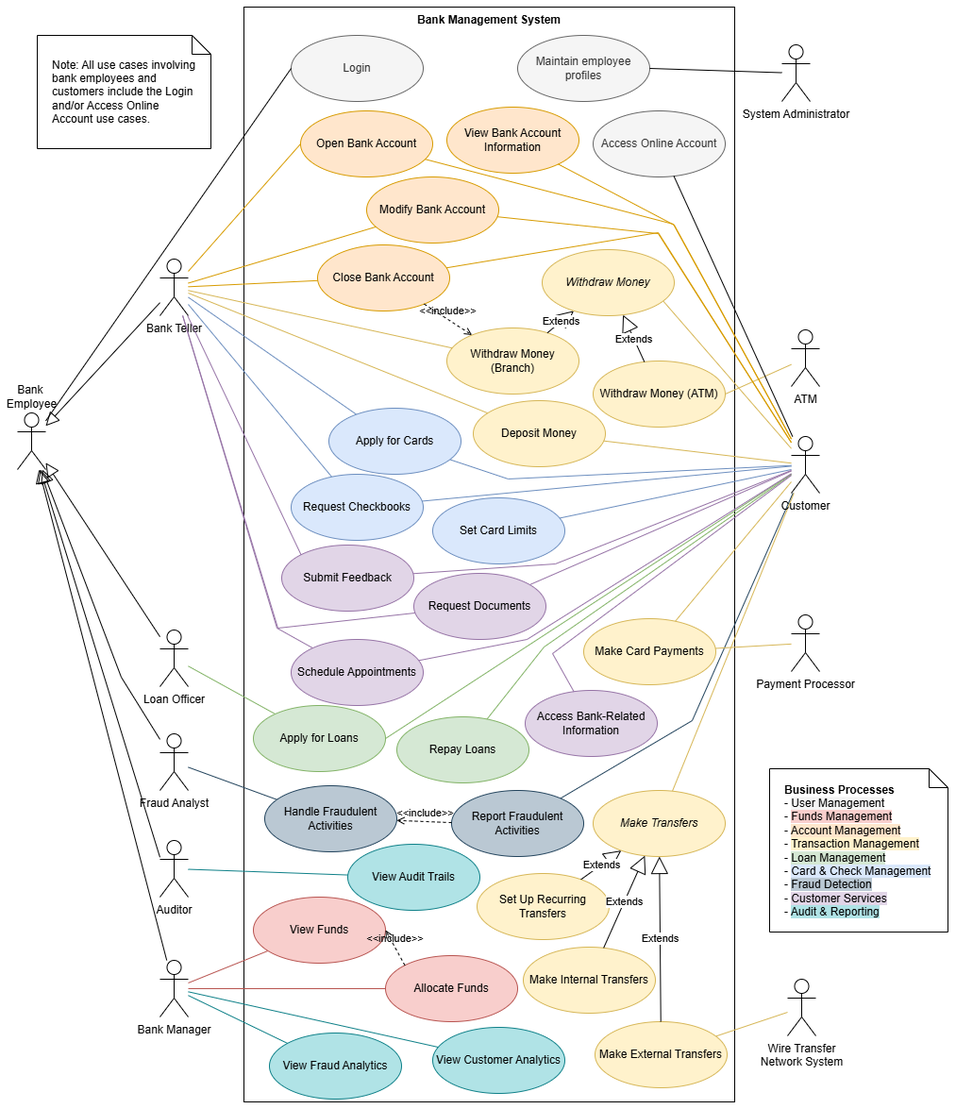
Before: diagrams/use-case-diagram.png, a diagram exported from draw.io (Markl1T/bank-management-system). Source tidied: cells renumbered, new cells last; positions are measured from the earlier drawing's top-left corner, leaving out a move shared by most shapes.
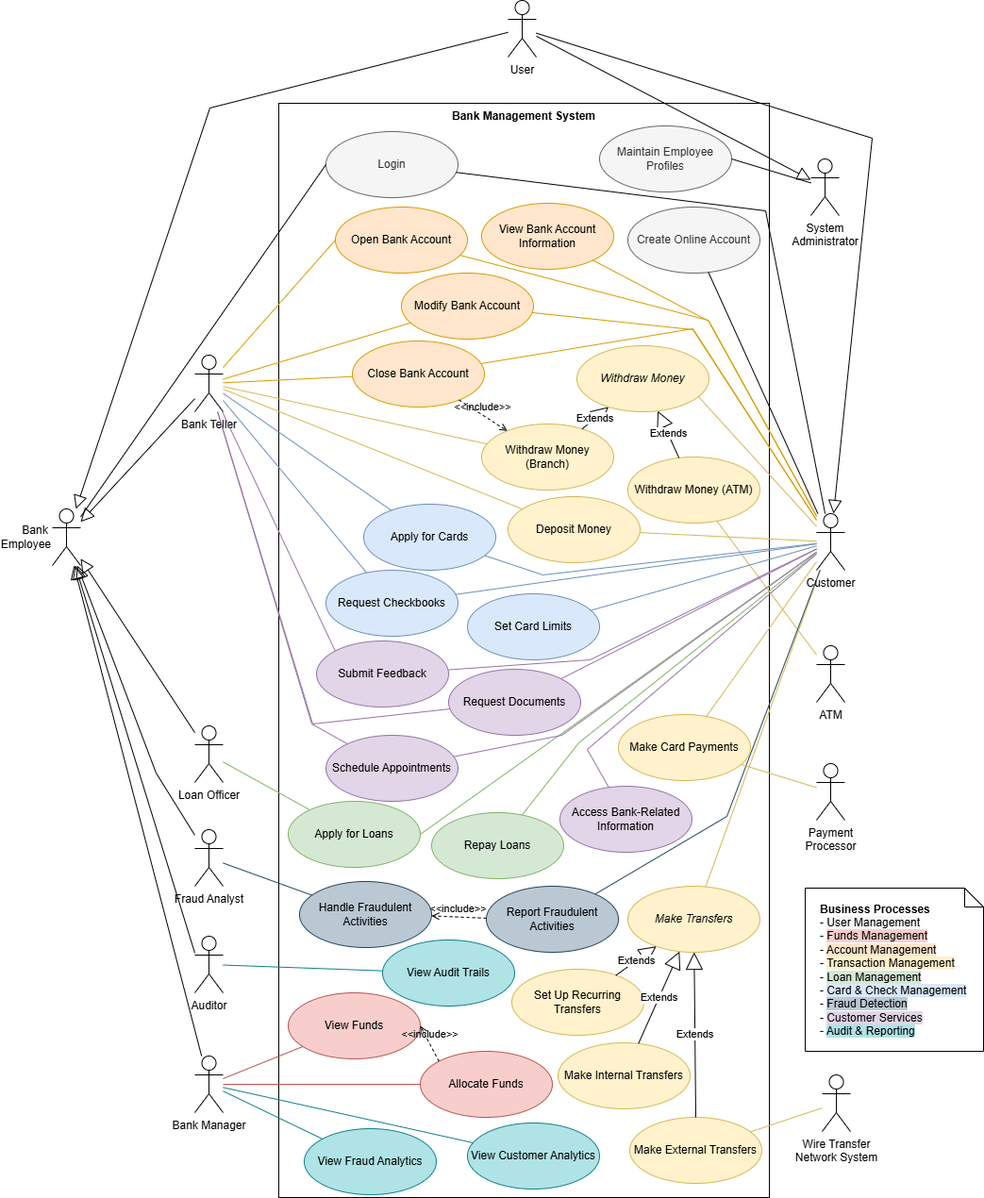
After the change.

Diff of the diagram source:
```diff
@@ -5,7 +5,7 @@
     <mxCell id="2" value="Bank Management System" style="shape=rect;html=1;verticalAlign=top;fontStyle=1;whiteSpace=wrap;align=center;" parent="1" vertex="1">
       <mxGeometry x="240" width="520" height="1160" as="geometry" />
     </mxCell>
-    <mxCell id="3" value="Bank&amp;nbsp;&lt;div&gt;Employee&lt;/div&gt;" style="shape=umlActor;verticalLabelPosition=top;verticalAlign=bottom;html=1;labelPosition=center;align=center;" parent="1" vertex="1">
+    <mxCell id="3" value="Bank&amp;nbsp;&lt;div&gt;Employee&lt;/div&gt;" style="shape=umlActor;verticalLabelPosition=middle;verticalAlign=middle;html=1;labelPosition=left;align=right;" parent="1" vertex="1">
       <mxGeometry y="430" width="30" height="60" as="geometry" />
     </mxCell>
     <mxCell id="4" value="Login" style="ellipse;whiteSpace=wrap;html=1;fillColor=#f5f5f5;fontColor=#333333;strokeColor=#666666;" parent="1" vertex="1">
@@ -14,11 +14,11 @@
     <mxCell id="5" style="endArrow=none;html=1;rounded=0;entryX=0;entryY=0.5;entryDx=0;entryDy=0;" parent="1" edge="1" source="3" target="4">
       <mxGeometry relative="1" as="geometry" />
     </mxCell>
-    <mxCell id="6" value="System Administrator" style="shape=umlActor;verticalLabelPosition=bottom;verticalAlign=top;html=1;" parent="1" vertex="1">
-      <mxGeometry x="810" y="40" width="30" height="60" as="geometry" />
+    <mxCell id="6" value="System&lt;div&gt;Administrator&lt;/div&gt;" style="shape=umlActor;verticalLabelPosition=bottom;verticalAlign=top;html=1;" parent="1" vertex="1">
+      <mxGeometry x="804" y="59" width="30" height="60" as="geometry" />
     </mxCell>
-    <mxCell id="7" value="Maintain employee profiles" style="ellipse;whiteSpace=wrap;html=1;fillColor=#f5f5f5;fontColor=#333333;strokeColor=#666666;" parent="1" vertex="1">
-      <mxGeometry x="530" y="30" width="140" height="70" as="geometry" />
+    <mxCell id="7" value="Maintain Employee Profiles" style="ellipse;whiteSpace=wrap;html=1;fillColor=#f5f5f5;fontColor=#333333;strokeColor=#666666;" parent="1" vertex="1">
+      <mxGeometry x="580" y="24" width="140" height="70" as="geometry" />
     </mxCell>
     <mxCell id="8" style="endArrow=none;html=1;rounded=0;exitX=1;exitY=0.5;exitDx=0;exitDy=0;" parent="1" edge="1" source="7" target="6">
       <mxGeometry relative="1" as="geometry" />
@@ -76,9 +76,9 @@
       <mxGeometry relative="1" as="geometry" />
     </mxCell>
     <mxCell id="25" value="ATM" style="shape=umlActor;verticalLabelPosition=bottom;verticalAlign=top;html=1;" parent="1" vertex="1">
-      <mxGeometry x="820" y="342" width="30" height="60" as="geometry" />
+      <mxGeometry x="810" y="575" width="30" height="60" as="geometry" />
     </mxCell>
-    <mxCell id="26" style="endArrow=none;html=1;rounded=0;entryX=1;entryY=0.5;entryDx=0;entryDy=0;fillColor=#fff2cc;strokeColor=#d6b656;" parent="1" edge="1" source="25" target="62">
+    <mxCell id="26" style="endArrow=none;html=1;rounded=0;fillColor=#fff2cc;strokeColor=#d6b656;" parent="1" edge="1" source="25" target="62">
       <mxGeometry relative="1" as="geometry" />
     </mxCell>
     <mxCell id="27" style="endArrow=none;html=1;rounded=0;fillColor=#fff2cc;strokeColor=#d6b656;" parent="1" edge="1" source="69" target="95">
@@ -110,7 +110,7 @@
         </Array>
       </mxGeometry>
     </mxCell>
-    <mxCell id="34" value="Access Online Account" style="ellipse;whiteSpace=wrap;html=1;fillColor=#f5f5f5;fontColor=#333333;strokeColor=#666666;" parent="1" vertex="1">
+    <mxCell id="34" value="Create Online Account" style="ellipse;whiteSpace=wrap;html=1;fillColor=#f5f5f5;fontColor=#333333;strokeColor=#666666;" parent="1" vertex="1">
       <mxGeometry x="610" y="110" width="140" height="70" as="geometry" />
     </mxCell>
     <mxCell id="35" style="endArrow=none;html=1;rounded=0;" parent="1" edge="1" source="69" target="34">
@@ -172,10 +172,8 @@
     <mxCell id="51" style="endArrow=none;html=1;rounded=0;fillColor=#dae8fc;strokeColor=#6c8ebf;" parent="1" edge="1" source="49" target="14">
       <mxGeometry relative="1" as="geometry" />
     </mxCell>
-    <mxCell id="52" style="endArrow=none;html=1;rounded=0;fillColor=#dae8fc;strokeColor=#6c8ebf;" parent="1" edge="1" target="72">
-      <mxGeometry relative="1" as="geometry">
-        <mxPoint x="820" y="490" as="sourcePoint" />
-      </mxGeometry>
+    <mxCell id="52" style="endArrow=none;html=1;rounded=0;fillColor=#dae8fc;strokeColor=#6c8ebf;" parent="1" edge="1" source="69" target="72">
+      <mxGeometry relative="1" as="geometry" />
     </mxCell>
     <mxCell id="53" value="Make External Transfers" style="ellipse;whiteSpace=wrap;html=1;fillColor=#fff2cc;strokeColor=#d6b656;" parent="1" vertex="1">
       <mxGeometry x="612" y="1075" width="140" height="70" as="geometry" />
@@ -217,9 +215,6 @@
         </Array>
       </mxGeometry>
     </mxCell>
-    <mxCell id="61" value="Note: All use cases involving bank employees and customers include the Login and/or Access Online Account use cases." style="shape=note;size=20;whiteSpace=wrap;html=1;align=left;spacingLeft=14;spacingRight=14;" parent="1" vertex="1">
-      <mxGeometry x="21" y="30" width="184" height="120" as="geometry" />
-    </mxCell>
     <mxCell id="62" value="Withdraw Money (ATM)" style="ellipse;whiteSpace=wrap;html=1;fillColor=#fff2cc;strokeColor=#d6b656;" parent="1" vertex="1">
       <mxGeometry x="610" y="375" width="140" height="70" as="geometry" />
     </mxCell>
@@ -242,7 +237,7 @@
       <mxGeometry x="370" y="180" width="140" height="70" as="geometry" />
     </mxCell>
     <mxCell id="69" value="Customer" style="shape=umlActor;verticalLabelPosition=bottom;verticalAlign=top;html=1;" parent="1" vertex="1">
-      <mxGeometry x="820" y="455" width="30" height="60" as="geometry" />
+      <mxGeometry x="810" y="435" width="30" height="60" as="geometry" />
     </mxCell>
     <mxCell id="70" value="Repay Loans" style="ellipse;whiteSpace=wrap;html=1;fillColor=#d5e8d4;strokeColor=#82b366;" parent="1" vertex="1">
       <mxGeometry x="402" y="752" width="140" height="70" as="geometry" />
@@ -319,7 +314,7 @@
       </mxGeometry>
     </mxCell>
     <mxCell id="88" value="&lt;b&gt;Business Processes&lt;/b&gt;&lt;div&gt;- &lt;span style=&quot;background-color: rgb(245, 245, 245);&quot;&gt;User Management&lt;/span&gt;&lt;/div&gt;&lt;div&gt;- &lt;span style=&quot;background-color: rgb(248, 206, 204);&quot;&gt;Funds Management&lt;/span&gt;&lt;/div&gt;&lt;div&gt;- &lt;span style=&quot;background-color: rgb(255, 230, 204);&quot;&gt;Account Management&lt;/span&gt;&lt;/div&gt;&lt;div&gt;- &lt;span style=&quot;background-color: rgb(255, 242, 204);&quot;&gt;Transaction Management&lt;/span&gt;&lt;/div&gt;&lt;div&gt;- &lt;span style=&quot;background-color: rgb(213, 232, 212);&quot;&gt;Loan Management&lt;/span&gt;&lt;/div&gt;&lt;div&gt;- &lt;span style=&quot;background-color: rgb(218, 232, 252);&quot;&gt;Card &amp;amp; Check Management&lt;/span&gt;&lt;/div&gt;&lt;div&gt;- &lt;span style=&quot;background-color: rgb(186, 200, 211);&quot;&gt;Fraud Detection&lt;/span&gt;&lt;/div&gt;&lt;div&gt;- &lt;span style=&quot;background-color: rgb(225, 213, 231);&quot;&gt;Customer Services&lt;/span&gt;&lt;/div&gt;&lt;div&gt;- &lt;span style=&quot;background-color: rgb(176, 227, 230);&quot;&gt;Audit &amp;amp; Reporting&lt;/span&gt;&lt;/div&gt;" style="shape=note;size=20;whiteSpace=wrap;html=1;align=left;labelPosition=center;verticalLabelPosition=middle;verticalAlign=middle;spacingLeft=14;spacingRight=2;" parent="1" vertex="1">
-      <mxGeometry x="797" y="807" width="189" height="173" as="geometry" />
+      <mxGeometry x="798" y="832" width="189" height="173" as="geometry" />
     </mxCell>
     <mxCell id="89" value="&amp;lt;&amp;lt;include&amp;gt;&amp;gt;" style="html=1;verticalAlign=bottom;labelBackgroundColor=none;endArrow=open;endFill=0;dashed=1;rounded=0;exitX=0;exitY=0;exitDx=0;exitDy=0;entryX=1;entryY=0.5;entryDx=0;entryDy=0;" parent="1" edge="1" source="42" target="36">
       <mxGeometry relative="1" as="geometry" />
@@ -353,8 +348,8 @@
     <mxCell id="98" value="&amp;lt;&amp;lt;include&amp;gt;&amp;gt;" style="html=1;verticalAlign=bottom;labelBackgroundColor=none;endArrow=open;endFill=0;dashed=1;rounded=0;" parent="1" edge="1" source="64" target="67">
       <mxGeometry relative="1" as="geometry" />
     </mxCell>
-    <mxCell id="99" value="Payment Processor" style="shape=umlActor;verticalLabelPosition=bottom;verticalAlign=top;html=1;" parent="1" vertex="1">
-      <mxGeometry x="820" y="644" width="30" height="60" as="geometry" />
+    <mxCell id="99" value="Payment&lt;div&gt;Processor&lt;/div&gt;" style="shape=umlActor;verticalLabelPosition=bottom;verticalAlign=top;html=1;" parent="1" vertex="1">
+      <mxGeometry x="810" y="700" width="30" height="60" as="geometry" />
     </mxCell>
     <mxCell id="100" value="Extends" style="endArrow=block;endSize=16;endFill=0;html=1;rounded=0;" parent="1" edge="1" source="63" target="95">
       <mxGeometry relative="1" as="geometry" />
@@ -368,5 +363,32 @@
     <mxCell id="103" style="endArrow=none;html=1;rounded=0;fillColor=#fff2cc;strokeColor=#d6b656;" parent="1" edge="1" source="99" target="101">
       <mxGeometry relative="1" as="geometry" />
     </mxCell>
+    <mxCell id="104" value="User" style="shape=umlActor;verticalLabelPosition=bottom;verticalAlign=top;html=1;" parent="1" vertex="1">
+      <mxGeometry x="483" y="-109" width="30" height="60" as="geometry" />
+    </mxCell>
+    <mxCell id="105" style="edgeStyle=none;html=1;endArrow=block;endFill=0;endSize=12;verticalAlign=bottom;rounded=0;" parent="1" edge="1" source="104" target="3">
+      <mxGeometry relative="1" as="geometry">
+        <Array as="points">
+          <mxPoint x="167" y="5" />
+        </Array>
+      </mxGeometry>
+    </mxCell>
+    <mxCell id="106" style="edgeStyle=none;html=1;endArrow=block;endFill=0;endSize=12;verticalAlign=bottom;rounded=0;" parent="1" edge="1" source="104" target="6">
+      <mxGeometry relative="1" as="geometry" />
+    </mxCell>
+    <mxCell id="107" style="edgeStyle=none;html=1;endArrow=block;endFill=0;endSize=12;verticalAlign=bottom;rounded=0;" parent="1" edge="1" source="104" target="69">
+      <mxGeometry relative="1" as="geometry">
+        <Array as="points">
+          <mxPoint x="869" y="37" />
+        </Array>
+      </mxGeometry>
+    </mxCell>
+    <mxCell id="108" style="endArrow=none;html=1;rounded=0;" parent="1" edge="1" source="69" target="4">
+      <mxGeometry relative="1" as="geometry">
+        <Array as="points">
+          <mxPoint x="756" y="114" />
+        </Array>
+      </mxGeometry>
+    </mxCell>
   </root>
 </mxGraphModel>
```
